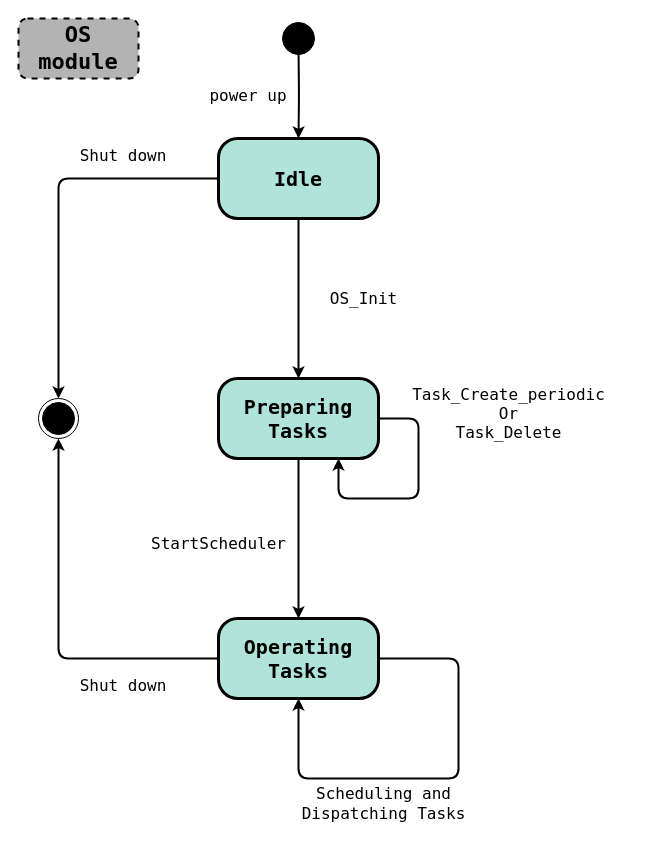
Above: Project_3_SW_Design/OS_State_Machine.drawio in mhossam1183/UAET_Trial (draw.io), before the change. Source tidied: cells renumbered, new cells numbered last; positions are measured from the earlier drawing's top-left corner, leaving out a move shared by most shapes. Both pictures are drawn from the tidied source at 100%, with x=0, y=0 at pixel (18, 18).
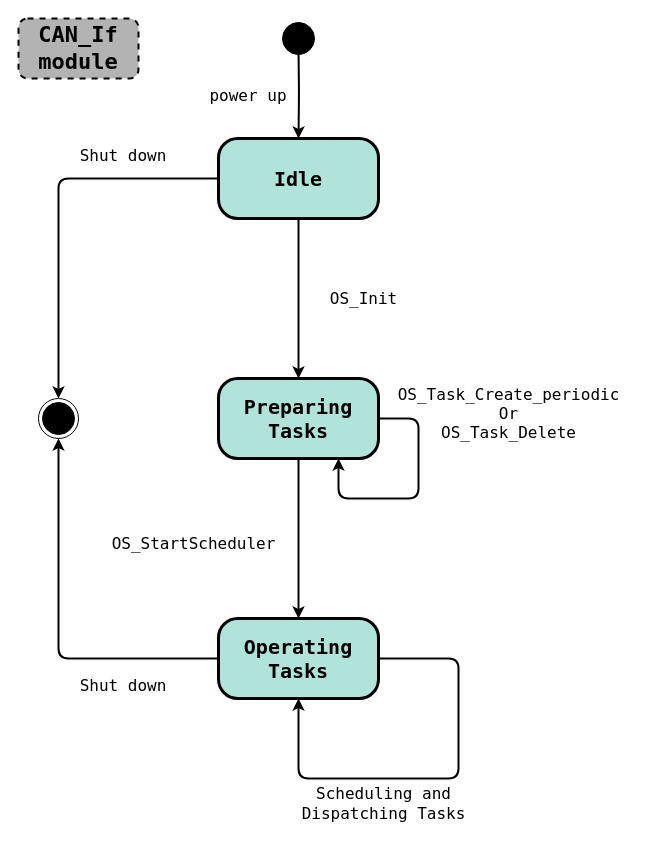
The same diagram, later.

What changed in the source:
```diff
@@
-    <mxCell id="16" value="&lt;b&gt;&lt;font style=&quot;font-size: 22px;&quot;&gt;OS module&lt;/font&gt;&lt;/b&gt;" style="rounded=1;whiteSpace=wrap;html=1;dashed=1;strokeColor=default;strokeWidth=2;fontFamily=Lucida Console;fontSize=16;fillColor=#B3B3B3;" parent="1" vertex="1">
+    <mxCell id="16" value="&lt;font style=&quot;&quot;&gt;&lt;span style=&quot;font-size: 22px;&quot;&gt;&lt;b&gt;CAN_If&lt;br&gt;module&lt;/b&gt;&lt;/span&gt;&lt;/font&gt;" style="rounded=1;whiteSpace=wrap;html=1;dashed=1;strokeColor=default;strokeWidth=2;fontFamily=Lucida Console;fontSize=16;fillColor=#B3B3B3;" parent="1" vertex="1">
       <mxGeometry width="120" height="60" as="geometry" />
     </mxCell>
@@
-    <mxCell id="20" value="Task_Create_periodic&lt;br&gt;Or&lt;br&gt;Task_Delete" style="text;html=1;align=center;verticalAlign=middle;strokeColor=none;fillColor=none;fontSize=16;fontFamily=Lucida Console;" parent="1" vertex="1">
-      <mxGeometry x="380" y="360" width="220" height="70" as="geometry" />
+    <mxCell id="20" value="OS_Task_Create_periodic&lt;br&gt;Or&lt;br&gt;OS_Task_Delete" style="text;html=1;align=center;verticalAlign=middle;strokeColor=none;fillColor=none;fontSize=16;fontFamily=Lucida Console;" parent="1" vertex="1">
+      <mxGeometry x="365" y="360" width="250" height="70" as="geometry" />
     </mxCell>
-    <mxCell id="21" value="StartScheduler" style="text;html=1;align=center;verticalAlign=middle;strokeColor=none;fillColor=none;fontSize=16;fontFamily=Lucida Console;" parent="1" vertex="1">
-      <mxGeometry x="120" y="510" width="160" height="30" as="geometry" />
+    <mxCell id="21" value="OS_StartScheduler" style="text;html=1;align=center;verticalAlign=middle;strokeColor=none;fillColor=none;fontSize=16;fontFamily=Lucida Console;" parent="1" vertex="1">
+      <mxGeometry x="80" y="510" width="190" height="30" as="geometry" />
     </mxCell>
```
